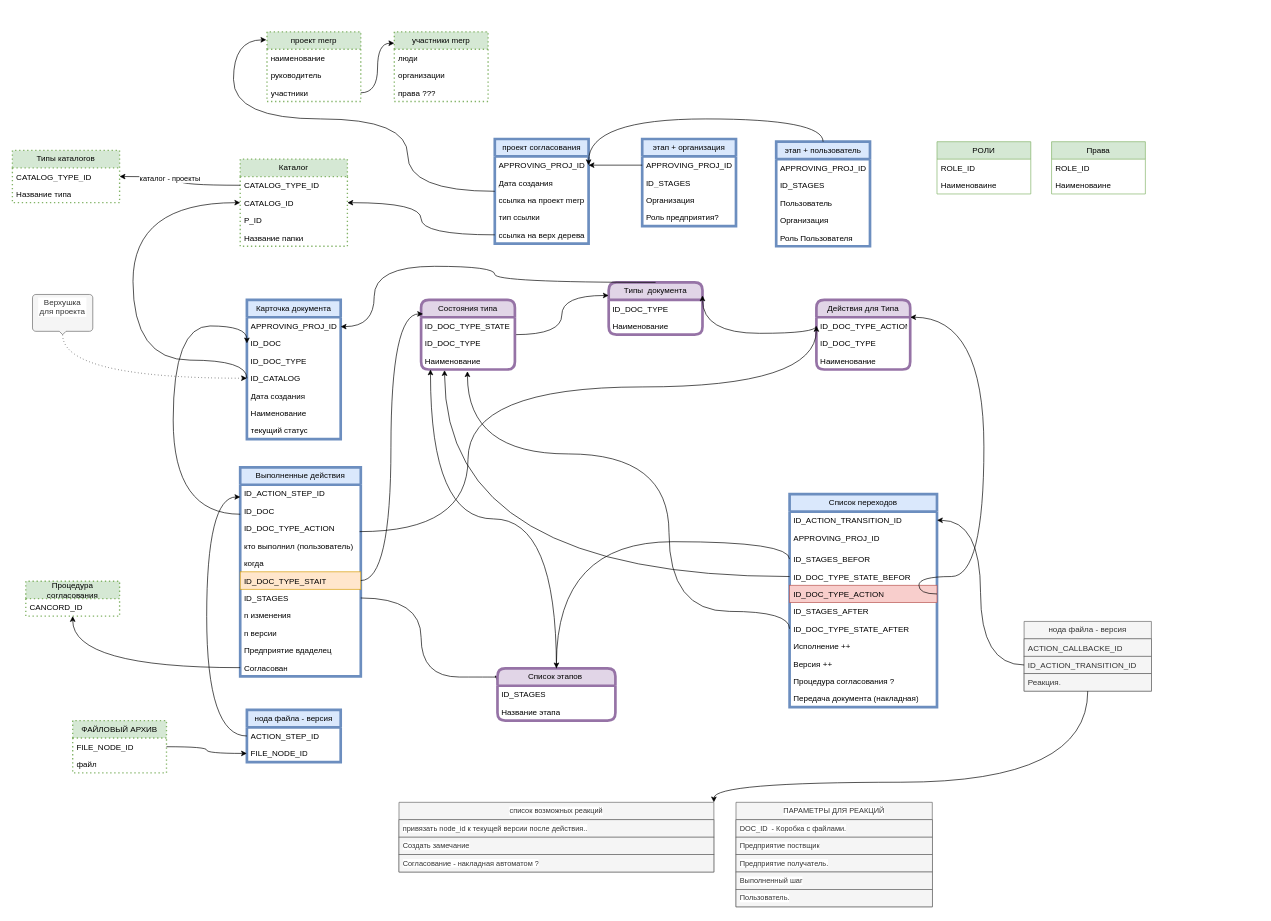
This is сущность проектной документации.drawio from sashok74/diagrams, a draw.io file, before an edit. Source tidied: cells renumbered, new cells numbered last; positions are measured from the earlier drawing's top-left corner, leaving out a move shared by most shapes. Both pictures are drawn from the tidied source at 67%, with x=0, y=0 at pixel (12, 31).
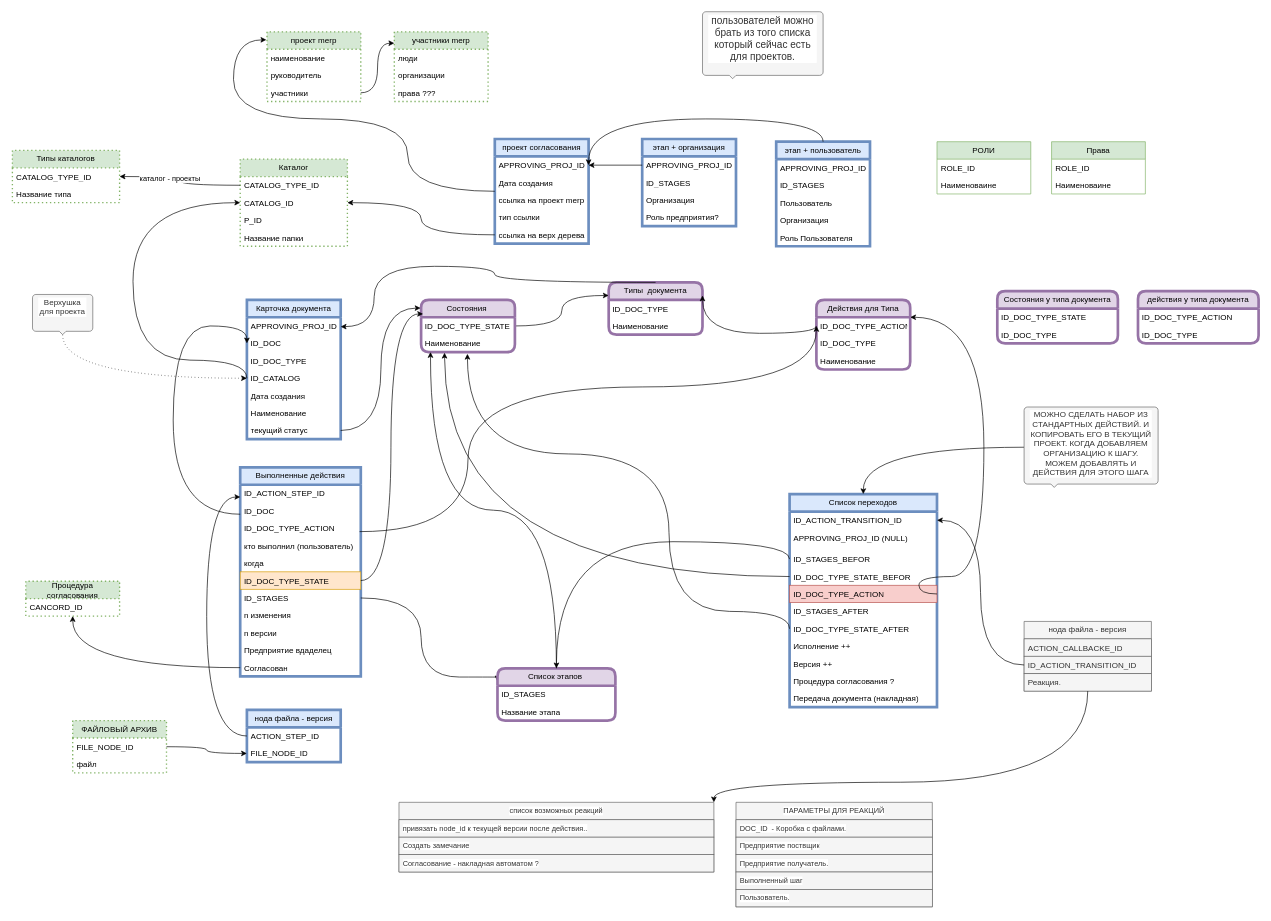
The same diagram, later.

The change refers to these unchanged cells:
```xml
<mxCell id="31" value="&lt;div&gt;текущий статус&lt;/div&gt;&lt;div&gt;&lt;br&gt;&lt;/div&gt;" style="text;strokeColor=none;fillColor=none;align=left;verticalAlign=top;spacingLeft=4;spacingRight=4;overflow=hidden;points=[[0,0.5],[1,0.5]];portConstraint=eastwest;whiteSpace=wrap;html=1;" parent="24" vertex="1">
  <mxGeometry y="182" width="140" height="26" as="geometry" />
</mxCell>
<mxCell id="45" value="Выполненные действия" style="swimlane;fontStyle=0;horizontal=1;startSize=26;fillColor=#dae8fc;whiteSpace=wrap;html=1;strokeColor=#6c8ebf;strokeWidth=4;" parent="1" vertex="1">
  <mxGeometry x="340" y="650" width="180" height="312" as="geometry" />
</mxCell>
<mxCell id="66" value="Список переходов" style="swimlane;fontStyle=0;horizontal=1;startSize=26;fillColor=#dae8fc;whiteSpace=wrap;html=1;strokeColor=#6c8ebf;strokeWidth=4;" parent="1" vertex="1">
  <mxGeometry x="1160" y="690" width="220" height="318" as="geometry" />
</mxCell>
```

Diff of the diagram source:
```diff
@@
-    <mxCell id="51" value="&lt;div&gt;ID_DOC_TYPE_STAIT&lt;/div&gt;&lt;div&gt;&lt;br&gt;&lt;br&gt;&lt;br&gt;&lt;/div&gt;" style="text;strokeColor=#d79b00;fillColor=#ffe6cc;align=left;verticalAlign=top;spacingLeft=4;spacingRight=4;overflow=hidden;points=[[0,0.5],[1,0.5]];portConstraint=eastwest;whiteSpace=wrap;html=1;" parent="45" vertex="1">
+    <mxCell id="51" value="&lt;div&gt;ID_DOC_TYPE_&lt;span style=&quot;white-space: pre-wrap;&quot;&gt;&lt;/span&gt;&lt;span style=&quot;white-space: pre-wrap;&quot; class=&quot;aNeGP0gI0B9AV8JaHPyH&quot;&gt;STATE&lt;/span&gt;&lt;/div&gt;&lt;div&gt;&lt;br&gt;&lt;br&gt;&lt;br&gt;&lt;/div&gt;" style="text;strokeColor=#d79b00;fillColor=#ffe6cc;align=left;verticalAlign=top;spacingLeft=4;spacingRight=4;overflow=hidden;points=[[0,0.5],[1,0.5]];portConstraint=eastwest;whiteSpace=wrap;html=1;" parent="45" vertex="1">
       <mxGeometry y="156" width="180" height="26" as="geometry" />
     </mxCell>
@@
-    <mxCell id="59" value="&lt;div&gt;Состояния типа&lt;/div&gt;" style="swimlane;fontStyle=0;horizontal=1;startSize=26;fillColor=#e1d5e7;whiteSpace=wrap;html=1;strokeColor=#9673a6;rounded=1;strokeWidth=4;" parent="1" vertex="1">
-      <mxGeometry x="610" y="400" width="140" height="104" as="geometry" />
+    <mxCell id="59" value="&lt;div&gt;Состояния&amp;nbsp;&lt;/div&gt;" style="swimlane;fontStyle=0;horizontal=1;startSize=26;fillColor=#e1d5e7;whiteSpace=wrap;html=1;strokeColor=#9673a6;rounded=1;strokeWidth=4;" parent="1" vertex="1">
+      <mxGeometry x="610" y="400" width="140" height="78" as="geometry" />
     </mxCell>
@@
-    <mxCell id="61" value="&lt;div&gt;ID_DOC_TYPE&lt;/div&gt;&lt;div&gt;&lt;br&gt;&lt;/div&gt;" style="text;align=left;verticalAlign=top;spacingLeft=4;spacingRight=4;overflow=hidden;whiteSpace=wrap;html=1;" parent="59" vertex="1">
-      <mxGeometry y="52" width="140" height="26" as="geometry" />
-    </mxCell>
     <mxCell id="62" value="Наименование" style="text;strokeColor=none;fillColor=none;align=left;verticalAlign=top;spacingLeft=4;spacingRight=4;overflow=hidden;points=[[0,0.5],[1,0.5]];portConstraint=eastwest;whiteSpace=wrap;html=1;" parent="59" vertex="1">
-      <mxGeometry y="78" width="140" height="26" as="geometry" />
+      <mxGeometry y="52" width="140" height="26" as="geometry" />
     </mxCell>
@@
-    <mxCell id="68" value="APPROVING_PROJ_ID" style="text;strokeColor=none;fillColor=none;align=left;verticalAlign=top;spacingLeft=4;spacingRight=4;overflow=hidden;whiteSpace=wrap;html=1;" parent="66" vertex="1">
+    <mxCell id="68" value="APPROVING_PROJ_ID (NULL)" style="text;strokeColor=none;fillColor=none;align=left;verticalAlign=top;spacingLeft=4;spacingRight=4;overflow=hidden;whiteSpace=wrap;html=1;" parent="66" vertex="1">
       <mxGeometry y="52" width="220" height="32" as="geometry" />
     </mxCell>
@@
+    <mxCell id="136" style="edgeStyle=orthogonalEdgeStyle;shape=connector;curved=1;rounded=0;jettySize=auto;html=1;entryX=0.5;entryY=0;entryDx=0;entryDy=0;strokeColor=default;align=center;verticalAlign=middle;fontFamily=Helvetica;fontSize=11;fontColor=default;labelBackgroundColor=default;endArrow=classic;" parent="1" edge="1" source="137" target="66">
+      <mxGeometry relative="1" as="geometry" />
+    </mxCell>
+    <mxCell id="137" value="МОЖНО СДЕЛАТЬ НАБОР ИЗ СТАНДАРТНЫХ ДЕЙСТВИЙ. И КОПИРОВАТЬ ЕГО В ТЕКУЩИЙ ПРОЕКТ. КОГДА ДОБАВЛЯЕМ ОРГАНИЗАЦИЮ К ШАГУ. МОЖЕМ ДОБАВЛЯТЬ И ДЕЙСТВИЯ ДЛЯ ЭТОГО ШАГА" style="html=1;shadow=0;dashed=0;shape=mxgraph.bootstrap.popover;fillColor=#f5f5f5;strokeColor=#666666;dx=45;dy=5;rSize=5;whiteSpace=wrap;verticalAlign=top;spacing=10;fontSize=12;spacingLeft=0;align=center;spacingTop=-10;fontColor=#333333;fontFamily=Helvetica;labelBackgroundColor=default;" parent="1" vertex="1">
+      <mxGeometry x="1510" y="560" width="200" height="120" as="geometry" />
+    </mxCell>
+    <mxCell id="138" value="&lt;font style=&quot;font-size: 15px;&quot;&gt;пользователей можно брать из того списка который сейчас есть для проектов.&lt;/font&gt;" style="html=1;shadow=0;dashed=0;shape=mxgraph.bootstrap.popover;fillColor=#f5f5f5;strokeColor=#666666;dx=45;dy=5;rSize=5;whiteSpace=wrap;verticalAlign=top;spacing=10;fontSize=12;spacingLeft=0;align=center;spacingTop=-10;fontColor=#333333;fontFamily=Helvetica;labelBackgroundColor=default;" parent="1" vertex="1">
+      <mxGeometry x="1030" y="-30" width="180" height="100" as="geometry" />
+    </mxCell>
+    <mxCell id="139" value="&lt;div&gt;Состояния у типа документа&lt;/div&gt;" style="swimlane;fontStyle=0;horizontal=1;startSize=26;fillColor=#e1d5e7;whiteSpace=wrap;html=1;strokeColor=#9673a6;rounded=1;strokeWidth=4;" parent="1" vertex="1">
+      <mxGeometry x="1470" y="387" width="180" height="78" as="geometry" />
+    </mxCell>
+    <mxCell id="140" value="&lt;div&gt;ID_DOC_TYPE_&lt;span style=&quot;white-space: pre-wrap;&quot;&gt;&lt;/span&gt;&lt;span style=&quot;white-space: pre-wrap;&quot; class=&quot;aNeGP0gI0B9AV8JaHPyH&quot;&gt;STATE&lt;/span&gt;&lt;/div&gt;&lt;div&gt;&lt;br&gt;&lt;br&gt;&lt;/div&gt;" style="text;strokeColor=none;fillColor=none;align=left;verticalAlign=top;spacingLeft=4;spacingRight=4;overflow=hidden;whiteSpace=wrap;html=1;" parent="139" vertex="1">
+      <mxGeometry y="26" width="180" height="26" as="geometry" />
+    </mxCell>
+    <mxCell id="141" value="&lt;div&gt;ID_DOC_TYPE&lt;/div&gt;&lt;div&gt;&lt;br&gt;&lt;/div&gt;" style="text;align=left;verticalAlign=top;spacingLeft=4;spacingRight=4;overflow=hidden;whiteSpace=wrap;html=1;" parent="139" vertex="1">
+      <mxGeometry y="52" width="180" height="26" as="geometry" />
+    </mxCell>
+    <mxCell id="142" style="edgeStyle=orthogonalEdgeStyle;shape=connector;curved=1;rounded=0;jettySize=auto;html=1;entryX=-0.006;entryY=0.158;entryDx=0;entryDy=0;entryPerimeter=0;strokeColor=default;align=center;verticalAlign=middle;fontFamily=Helvetica;fontSize=11;fontColor=default;labelBackgroundColor=default;endArrow=classic;" parent="1" edge="1" source="31" target="59">
+      <mxGeometry relative="1" as="geometry" />
+    </mxCell>
+    <mxCell id="143" value="&lt;div&gt;действия у типа документа&lt;/div&gt;" style="swimlane;fontStyle=0;horizontal=1;startSize=26;fillColor=#e1d5e7;whiteSpace=wrap;html=1;strokeColor=#9673a6;rounded=1;strokeWidth=4;" parent="1" vertex="1">
+      <mxGeometry x="1680" y="387" width="180" height="78" as="geometry" />
+    </mxCell>
+    <mxCell id="144" value="ID_DOC_TYPE_ACTION" style="text;strokeColor=none;fillColor=none;align=left;verticalAlign=top;spacingLeft=4;spacingRight=4;overflow=hidden;whiteSpace=wrap;html=1;" parent="143" vertex="1">
+      <mxGeometry y="26" width="180" height="26" as="geometry" />
+    </mxCell>
+    <mxCell id="145" value="&lt;div&gt;ID_DOC_TYPE&lt;/div&gt;&lt;div&gt;&lt;br&gt;&lt;/div&gt;" style="text;align=left;verticalAlign=top;spacingLeft=4;spacingRight=4;overflow=hidden;whiteSpace=wrap;html=1;" parent="143" vertex="1">
+      <mxGeometry y="52" width="180" height="26" as="geometry" />
+    </mxCell>
```
